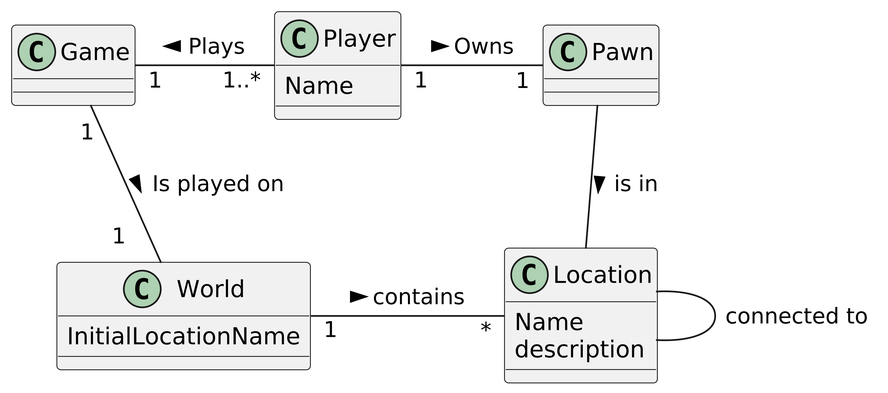
Coding-Academy-Munich/csharp-clean-code-de keeps this PlantUML diagram as Folien/Python/Completed/Woche 2/img/adv-domain-03-small.png. Above is the earlier version.
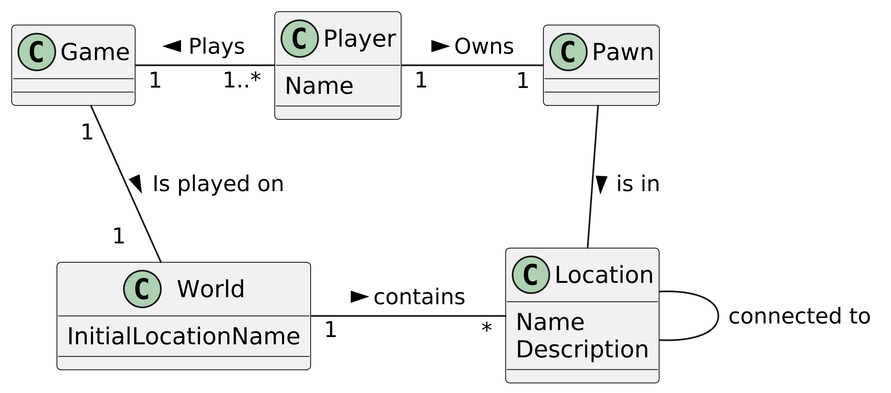
The same diagram one commit later.

What changed in the source:
```diff
@@ -10,7 +10,7 @@
 }
 class Location {
     Name
-    description
+    Description
 }
 
 Game "1   " - "  1..*" Player : Plays <
```
